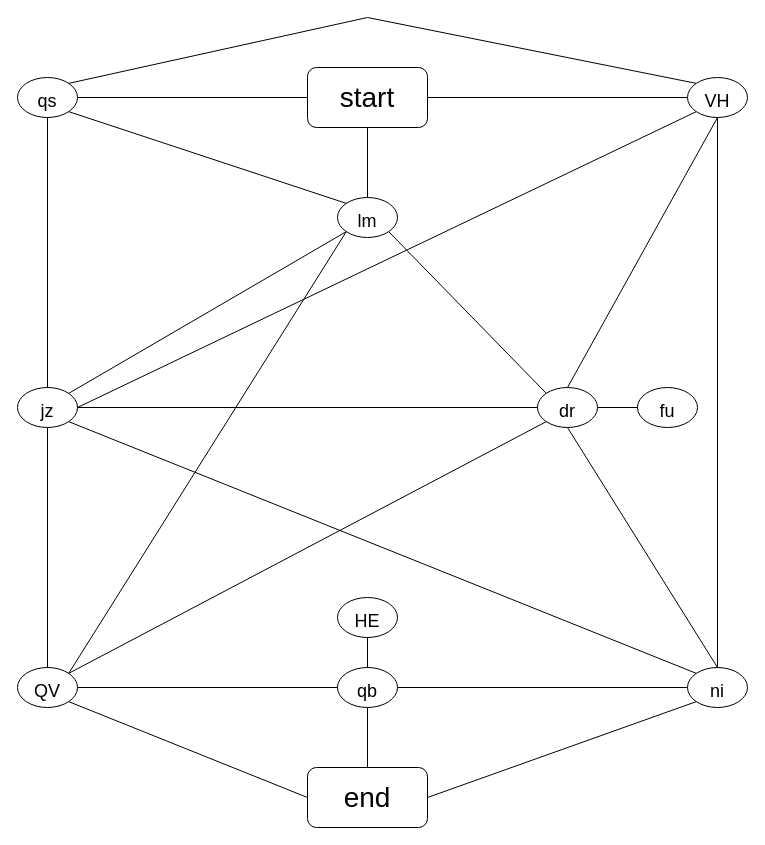
Before: day12/cave_tree.drawio in frisedel/advent2021, a draw.io diagram. Source tidied: cells renumbered, new cells numbered last; positions are measured from the earlier drawing's top-left corner, leaving out a move shared by most shapes. Both pictures are drawn from the tidied source at 100%, with x=0, y=0 at pixel (17, 17).
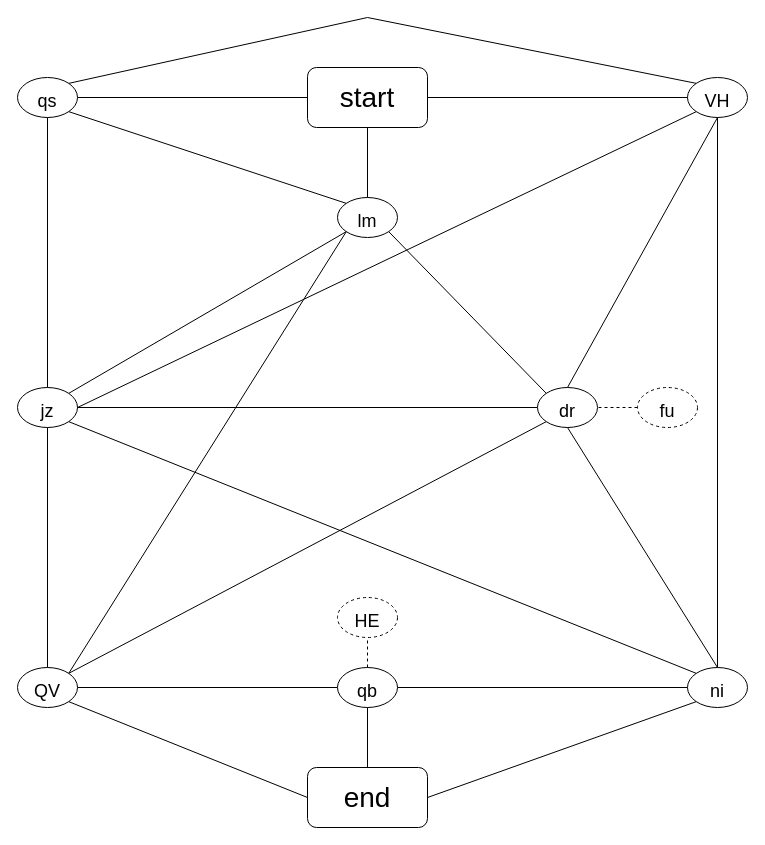
After the change.

The change refers to these unchanged cells:
```xml
<mxCell id="11" value="&lt;font style=&quot;font-size: 18px&quot;&gt;qb&lt;/font&gt;" style="ellipse;whiteSpace=wrap;html=1;fontSize=28;" parent="1" vertex="1">
  <mxGeometry x="320" y="650" width="60" height="40" as="geometry" />
</mxCell>
<mxCell id="23" value="&lt;font style=&quot;font-size: 18px&quot;&gt;dr&lt;/font&gt;" style="ellipse;whiteSpace=wrap;html=1;fontSize=28;" parent="1" vertex="1">
  <mxGeometry x="520" y="370" width="60" height="40" as="geometry" />
</mxCell>
```

Change to the diagram source:
```diff
@@
-    <mxCell id="30" value="&lt;font style=&quot;font-size: 18px&quot;&gt;HE&lt;/font&gt;" style="ellipse;whiteSpace=wrap;html=1;fontSize=28;" parent="1" vertex="1">
+    <mxCell id="30" value="&lt;font style=&quot;font-size: 18px&quot;&gt;HE&lt;/font&gt;" style="ellipse;whiteSpace=wrap;html=1;fontSize=28;dashed=1;" parent="1" vertex="1">
       <mxGeometry x="320" y="580" width="60" height="40" as="geometry" />
     </mxCell>
-    <mxCell id="31" style="endArrow=none;html=1;rounded=0;fontSize=18;entryX=0.5;entryY=1;entryDx=0;entryDy=0;exitX=0.5;exitY=0;exitDx=0;exitDy=0;" parent="1" edge="1" source="11" target="30">
+    <mxCell id="31" style="endArrow=none;html=1;rounded=0;fontSize=18;entryX=0.5;entryY=1;entryDx=0;entryDy=0;exitX=0.5;exitY=0;exitDx=0;exitDy=0;dashed=1;" parent="1" edge="1" source="11" target="30">
       <mxGeometry relative="1" as="geometry" />
     </mxCell>
@@
-    <mxCell id="33" value="&lt;font style=&quot;font-size: 18px&quot;&gt;fu&lt;/font&gt;" style="ellipse;whiteSpace=wrap;html=1;fontSize=28;" parent="1" vertex="1">
+    <mxCell id="33" value="&lt;font style=&quot;font-size: 18px&quot;&gt;fu&lt;/font&gt;" style="ellipse;whiteSpace=wrap;html=1;fontSize=28;dashed=1;" parent="1" vertex="1">
       <mxGeometry x="620" y="370" width="60" height="40" as="geometry" />
     </mxCell>
-    <mxCell id="34" style="endArrow=none;html=1;rounded=0;fontSize=18;entryX=1;entryY=0.5;entryDx=0;entryDy=0;exitX=0;exitY=0.5;exitDx=0;exitDy=0;" parent="1" edge="1" source="33" target="23">
+    <mxCell id="34" style="endArrow=none;html=1;rounded=0;fontSize=18;entryX=1;entryY=0.5;entryDx=0;entryDy=0;exitX=0;exitY=0.5;exitDx=0;exitDy=0;dashed=1;" parent="1" edge="1" source="33" target="23">
       <mxGeometry relative="1" as="geometry" />
     </mxCell>
```
